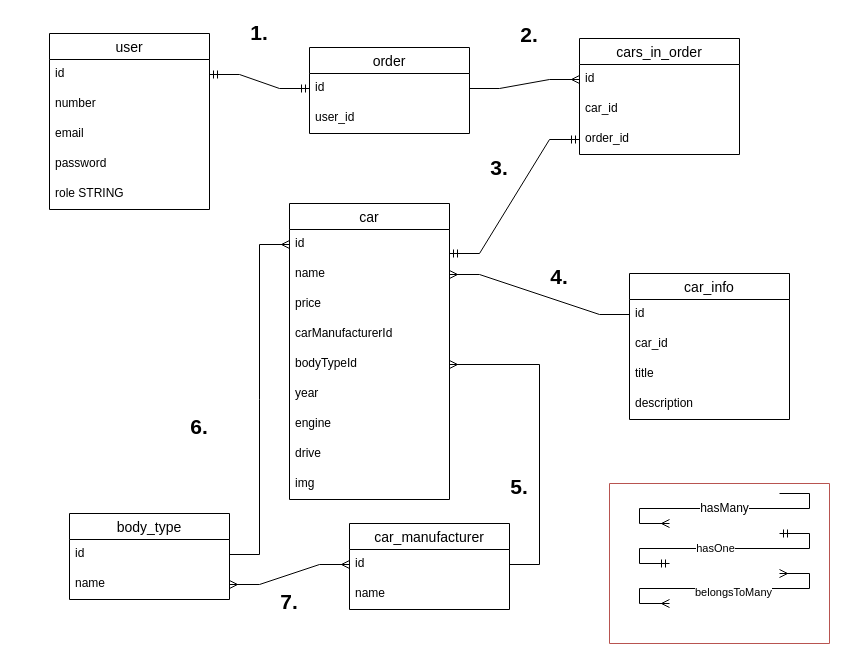
Before: DB Architecture.drawio in graandeamore/jadeauto, a draw.io diagram. Source tidied: cells renumbered, new cells numbered last; positions are measured from the earlier drawing's top-left corner, leaving out a move shared by most shapes. Both pictures are drawn from the tidied source at 100%, with x=0, y=0 at pixel (49, 17).
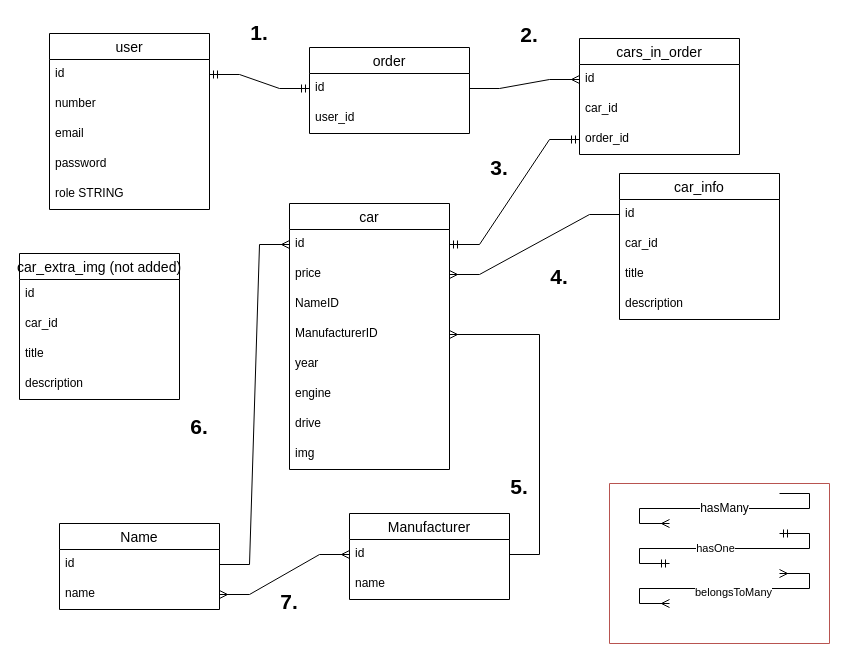
After the change.

Commit message (it also covers changes not shown here):
finished layout front page

Unchanged cells that the change refers to:
```xml
<mxCell id="12" value="id" style="text;strokeColor=none;fillColor=none;spacingLeft=4;spacingRight=4;overflow=hidden;points=[[0,0.5],[1,0.5]];portConstraint=eastwest;fontSize=12;" parent="11" vertex="1">
  <mxGeometry y="26" width="160" height="30" as="geometry" />
</mxCell>
<mxCell id="28" value="id" style="text;strokeColor=none;fillColor=none;spacingLeft=4;spacingRight=4;overflow=hidden;points=[[0,0.5],[1,0.5]];portConstraint=eastwest;fontSize=12;" parent="27" vertex="1">
  <mxGeometry y="26" width="160" height="30" as="geometry" />
</mxCell>
<mxCell id="38" value="order_id&#10;" style="text;strokeColor=none;fillColor=none;spacingLeft=4;spacingRight=4;overflow=hidden;points=[[0,0.5],[1,0.5]];portConstraint=eastwest;fontSize=12;" parent="35" vertex="1">
  <mxGeometry y="86" width="160" height="30" as="geometry" />
</mxCell>
```

The edit, as a diff of the source:
```diff
@@
     <mxCell id="11" value="car" style="swimlane;fontStyle=0;horizontal=1;startSize=26;align=center;fontSize=14;" parent="1" vertex="1">
-      <mxGeometry x="240" y="186" width="160" height="296" as="geometry" />
+      <mxGeometry x="240" y="186" width="160" height="266" as="geometry" />
     </mxCell>
@@
-    <mxCell id="13" value="name" style="text;strokeColor=none;fillColor=none;spacingLeft=4;spacingRight=4;overflow=hidden;points=[[0,0.5],[1,0.5]];portConstraint=eastwest;fontSize=12;" parent="11" vertex="1">
-      <mxGeometry y="56" width="160" height="30" as="geometry" />
-    </mxCell>
     <mxCell id="14" value="price" style="text;strokeColor=none;fillColor=none;spacingLeft=4;spacingRight=4;overflow=hidden;points=[[0,0.5],[1,0.5]];portConstraint=eastwest;fontSize=12;" parent="11" vertex="1">
-      <mxGeometry y="86" width="160" height="30" as="geometry" />
+      <mxGeometry y="56" width="160" height="30" as="geometry" />
     </mxCell>
-    <mxCell id="15" value="carManufacturerId" style="text;strokeColor=none;fillColor=none;spacingLeft=4;spacingRight=4;overflow=hidden;fontSize=12;" parent="11" vertex="1">
-      <mxGeometry y="116" width="160" height="30" as="geometry" />
+    <mxCell id="15" value="NameID" style="text;strokeColor=none;fillColor=none;spacingLeft=4;spacingRight=4;overflow=hidden;fontSize=12;" parent="11" vertex="1">
+      <mxGeometry y="86" width="160" height="30" as="geometry" />
     </mxCell>
-    <mxCell id="16" value="bodyTypeId" style="text;strokeColor=none;fillColor=none;spacingLeft=4;spacingRight=4;overflow=hidden;points=[[0,0.5],[1,0.5]];portConstraint=eastwest;fontSize=12;" parent="11" vertex="1">
-      <mxGeometry y="146" width="160" height="30" as="geometry" />
+    <mxCell id="16" value="ManufacturerID" style="text;strokeColor=none;fillColor=none;spacingLeft=4;spacingRight=4;overflow=hidden;points=[[0,0.5],[1,0.5]];portConstraint=eastwest;fontSize=12;" parent="11" vertex="1">
+      <mxGeometry y="116" width="160" height="30" as="geometry" />
     </mxCell>
     <mxCell id="17" value="year" style="text;strokeColor=none;fillColor=none;spacingLeft=4;spacingRight=4;overflow=hidden;fontSize=12;" parent="11" vertex="1">
-      <mxGeometry y="176" width="160" height="30" as="geometry" />
+      <mxGeometry y="146" width="160" height="30" as="geometry" />
     </mxCell>
     <mxCell id="18" value="engine" style="text;strokeColor=none;fillColor=none;spacingLeft=4;spacingRight=4;overflow=hidden;fontSize=12;" parent="11" vertex="1">
-      <mxGeometry y="206" width="160" height="30" as="geometry" />
+      <mxGeometry y="176" width="160" height="30" as="geometry" />
     </mxCell>
     <mxCell id="19" value="drive" style="text;strokeColor=none;fillColor=none;spacingLeft=4;spacingRight=4;overflow=hidden;fontSize=12;" parent="11" vertex="1">
-      <mxGeometry y="236" width="160" height="30" as="geometry" />
+      <mxGeometry y="206" width="160" height="30" as="geometry" />
     </mxCell>
     <mxCell id="20" value="img" style="text;strokeColor=none;fillColor=none;spacingLeft=4;spacingRight=4;overflow=hidden;fontSize=12;" parent="11" vertex="1">
-      <mxGeometry y="266" width="160" height="30" as="geometry" />
+      <mxGeometry y="236" width="160" height="30" as="geometry" />
     </mxCell>
-    <mxCell id="21" value="body_type" style="swimlane;fontStyle=0;horizontal=1;startSize=26;align=center;fontSize=14;" parent="1" vertex="1">
-      <mxGeometry x="20" y="496" width="160" height="86" as="geometry" />
+    <mxCell id="21" value="Name" style="swimlane;fontStyle=0;horizontal=1;startSize=26;align=center;fontSize=14;" parent="1" vertex="1">
+      <mxGeometry x="10" y="506" width="160" height="86" as="geometry" />
     </mxCell>
@@
-    <mxCell id="24" value="car_manufacturer" style="swimlane;fontStyle=0;horizontal=1;startSize=26;align=center;fontSize=14;" parent="1" vertex="1">
-      <mxGeometry x="300" y="506" width="160" height="86" as="geometry" />
+    <mxCell id="24" value="Manufacturer" style="swimlane;fontStyle=0;horizontal=1;startSize=26;align=center;fontSize=14;" parent="1" vertex="1">
+      <mxGeometry x="300" y="496" width="160" height="86" as="geometry" />
     </mxCell>
@@
     <mxCell id="27" value="car_info" style="swimlane;fontStyle=0;horizontal=1;startSize=26;align=center;fontSize=14;" parent="1" vertex="1">
-      <mxGeometry x="580" y="256" width="160" height="146" as="geometry" />
+      <mxGeometry x="570" y="156" width="160" height="146" as="geometry" />
     </mxCell>
@@
-    <mxCell id="34" style="edgeStyle=entityRelationEdgeStyle;fontSize=12;html=1;endArrow=ERmany;rounded=0;entryX=1;entryY=0.5;entryDx=0;entryDy=0;" parent="1" edge="1" source="28" target="13">
+    <mxCell id="34" style="edgeStyle=entityRelationEdgeStyle;fontSize=12;html=1;endArrow=ERmany;rounded=0;" parent="1" edge="1" source="28" target="14">
       <mxGeometry relative="1" as="geometry" />
     </mxCell>
@@
-    <mxCell id="40" style="edgeStyle=entityRelationEdgeStyle;fontSize=12;html=1;endArrow=ERmandOne;startArrow=ERmandOne;rounded=0;entryX=1;entryY=-0.2;entryDx=0;entryDy=0;entryPerimeter=0;" parent="1" edge="1" source="38" target="13">
+    <mxCell id="40" style="edgeStyle=entityRelationEdgeStyle;fontSize=12;html=1;endArrow=ERmandOne;startArrow=ERmandOne;rounded=0;" parent="1" edge="1" source="38" target="12">
       <mxGeometry relative="1" as="geometry" />
     </mxCell>
@@
+    <mxCell id="56" value="car_extra_img (not added)" style="swimlane;fontStyle=0;horizontal=1;startSize=26;align=center;fontSize=14;" parent="1" vertex="1">
+      <mxGeometry x="-30" y="236" width="160" height="146" as="geometry" />
+    </mxCell>
+    <mxCell id="57" value="id" style="text;strokeColor=none;fillColor=none;spacingLeft=4;spacingRight=4;overflow=hidden;fontSize=12;" parent="56" vertex="1">
+      <mxGeometry y="26" width="160" height="30" as="geometry" />
+    </mxCell>
+    <mxCell id="58" value="car_id" style="text;strokeColor=none;fillColor=none;spacingLeft=4;spacingRight=4;overflow=hidden;fontSize=12;" parent="56" vertex="1">
+      <mxGeometry y="56" width="160" height="30" as="geometry" />
+    </mxCell>
+    <mxCell id="59" value="title" style="text;strokeColor=none;fillColor=none;spacingLeft=4;spacingRight=4;overflow=hidden;fontSize=12;" parent="56" vertex="1">
+      <mxGeometry y="86" width="160" height="30" as="geometry" />
+    </mxCell>
+    <mxCell id="60" value="description" style="text;strokeColor=none;fillColor=none;spacingLeft=4;spacingRight=4;overflow=hidden;fontSize=12;" parent="56" vertex="1">
+      <mxGeometry y="116" width="160" height="30" as="geometry" />
+    </mxCell>
```
